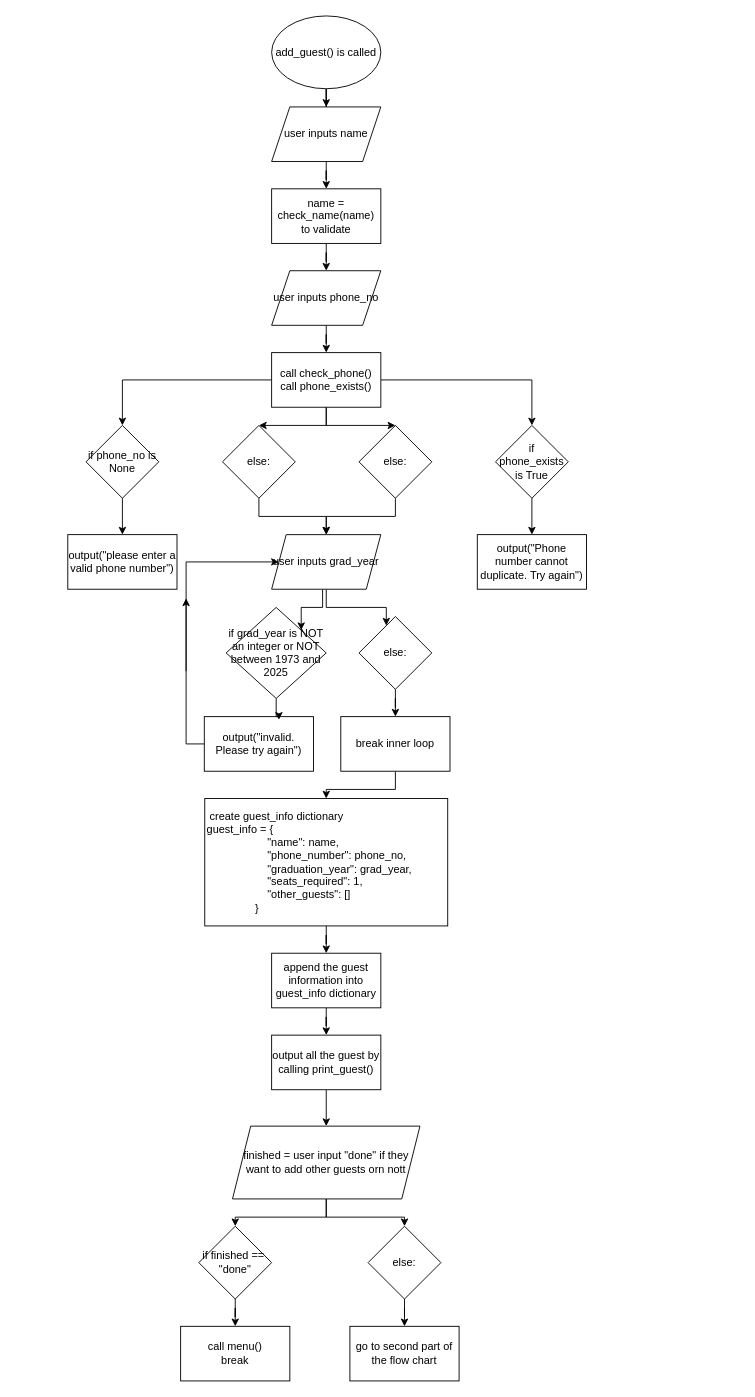
Above: add_guest().drawio in whyamihere001/SBA (draw.io), before the change. Source tidied: cells renumbered, new cells numbered last; positions are measured from the earlier drawing's top-left corner, leaving out a move shared by most shapes. Both pictures are drawn from the tidied source at 91%, with x=0, y=0 at pixel (67, 15).
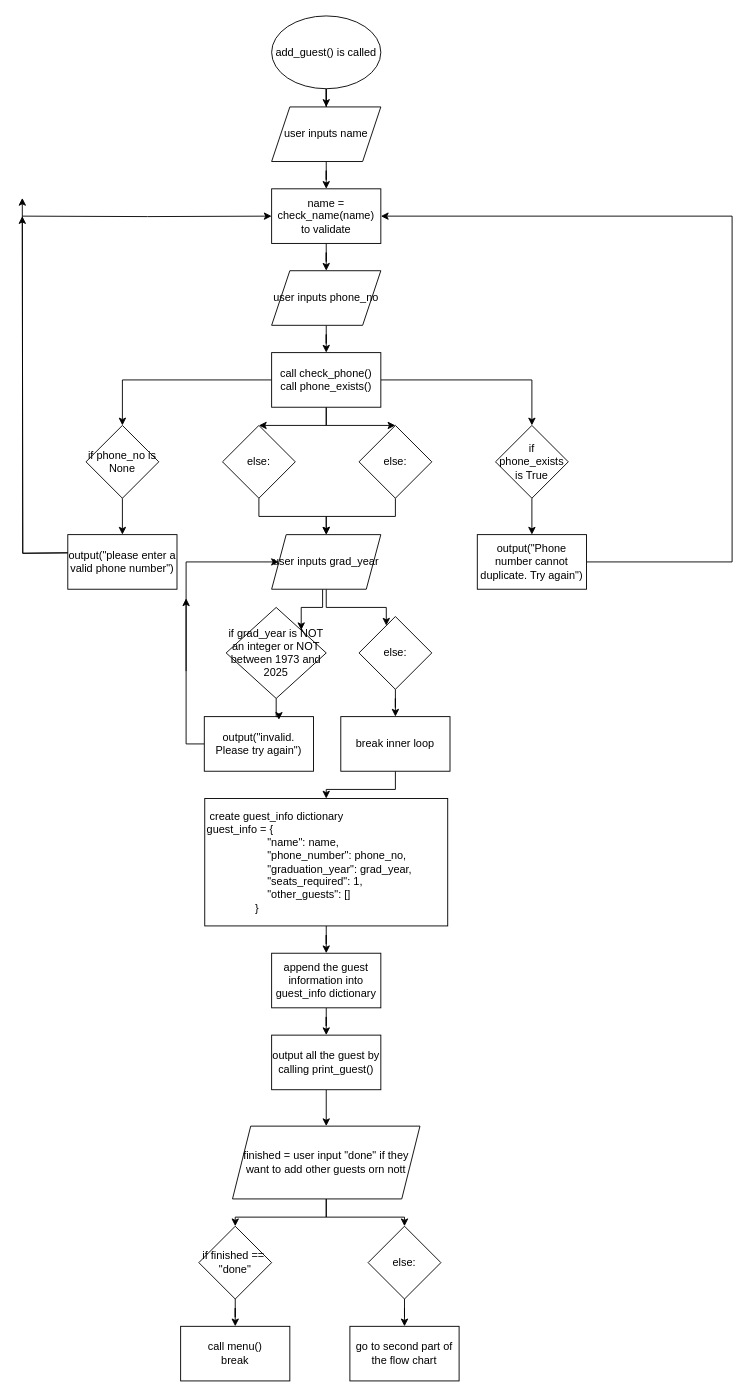
The same page after the edit.

Unchanged cells that the change refers to:
```xml
<mxCell id="7" value="name = check_name(name) to validate" style="rounded=0;whiteSpace=wrap;html=1;" parent="1" vertex="1">
  <mxGeometry x="224" y="190" width="120" height="60" as="geometry" />
</mxCell>
<mxCell id="20" value="output(&quot;Phone number cannot duplicate. Try again&quot;)" style="rounded=0;whiteSpace=wrap;html=1;" parent="1" vertex="1">
  <mxGeometry x="450" y="570" width="120" height="60" as="geometry" />
</mxCell>
```

Diff of the diagram source:
```diff
@@
+    <mxCell id="52" style="edgeStyle=orthogonalEdgeStyle;rounded=0;jettySize=auto;html=1;" parent="1" edge="1" target="7">
+      <mxGeometry relative="1" as="geometry">
+        <mxPoint x="-50" y="220" as="sourcePoint" />
+      </mxGeometry>
+    </mxCell>
@@
+    <mxCell id="53" style="edgeStyle=orthogonalEdgeStyle;rounded=0;orthogonalLoop=1;jettySize=auto;html=1;" parent="1" edge="1">
+      <mxGeometry relative="1" as="geometry">
+        <mxPoint y="590" as="sourcePoint" />
+        <mxPoint x="-50" y="200" as="targetPoint" />
+      </mxGeometry>
+    </mxCell>
@@
+    <mxCell id="54" style="edgeStyle=orthogonalEdgeStyle;rounded=0;jettySize=auto;html=1;entryX=1;entryY=0.5;entryDx=0;entryDy=0;" parent="1" edge="1" source="20" target="7">
+      <mxGeometry relative="1" as="geometry">
+        <Array as="points">
+          <mxPoint x="730" y="600" />
+          <mxPoint x="730" y="220" />
+        </Array>
+      </mxGeometry>
+    </mxCell>
@@
+    <mxCell id="55" style="edgeStyle=orthogonalEdgeStyle;rounded=0;orthogonalLoop=1;jettySize=auto;html=1;" parent="1" edge="1">
+      <mxGeometry relative="1" as="geometry">
+        <mxPoint y="590" as="sourcePoint" />
+        <mxPoint x="-50" y="220" as="targetPoint" />
+      </mxGeometry>
+    </mxCell>
```
